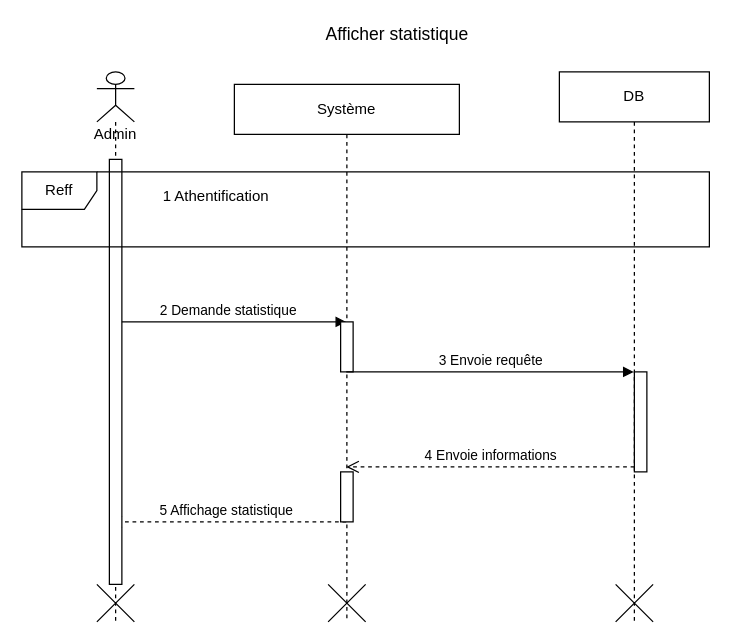
The draw.io diagram page "Afficher Nombres visiteurs" (12 of 17) of Untitled Diagram.drawio in keidy001/virtual-biblio, before the edit. Source tidied: cells renumbered, new cells numbered last; positions are measured from the earlier drawing's top-left corner, leaving out a move shared by most shapes. Both pictures are drawn from the tidied source at 125%, with x=0, y=0 at pixel (21, 21).
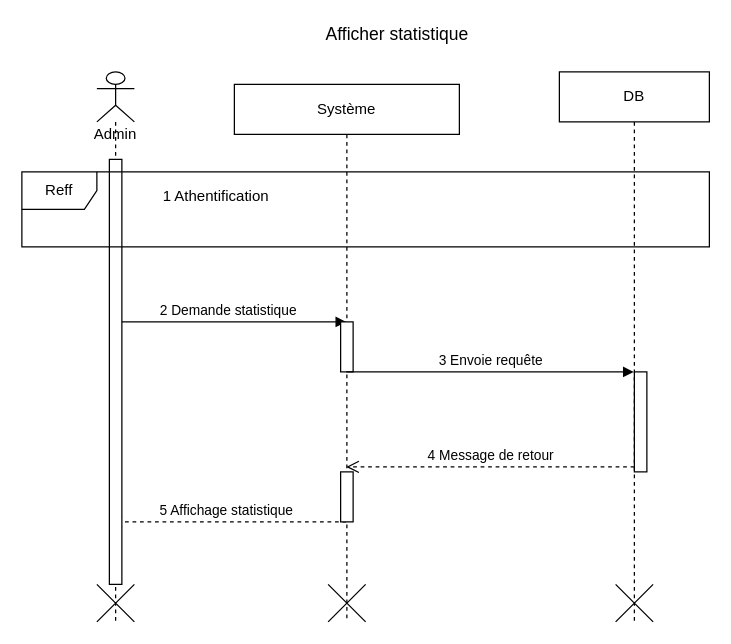
After the change.

Unchanged cells that the change refers to:
```xml
<mxCell id="7" value="Système" style="shape=umlLifeline;perimeter=lifelinePerimeter;whiteSpace=wrap;html=1;outlineConnect=0;" parent="1" vertex="1">
  <mxGeometry x="170" y="50" width="180" height="430" as="geometry" />
</mxCell>
<mxCell id="13" style="html=1;points=[];perimeter=orthogonalPerimeter;" parent="12" vertex="1">
  <mxGeometry x="60" y="240" width="10" height="80" as="geometry" />
</mxCell>
```

Diff of the diagram source:
```diff
@@
-    <mxCell id="16" value="4 Envoie informations" style="html=1;verticalAlign=bottom;endArrow=open;dashed=1;endSize=8;exitX=0;exitY=0.95;rounded=0;" parent="1" edge="1" source="13" target="7">
+    <mxCell id="16" value="4 Message de retour" style="html=1;verticalAlign=bottom;endArrow=open;dashed=1;endSize=8;exitX=0;exitY=0.95;rounded=0;" parent="1" edge="1" source="13" target="7">
       <mxGeometry relative="1" as="geometry" />
     </mxCell>
```
